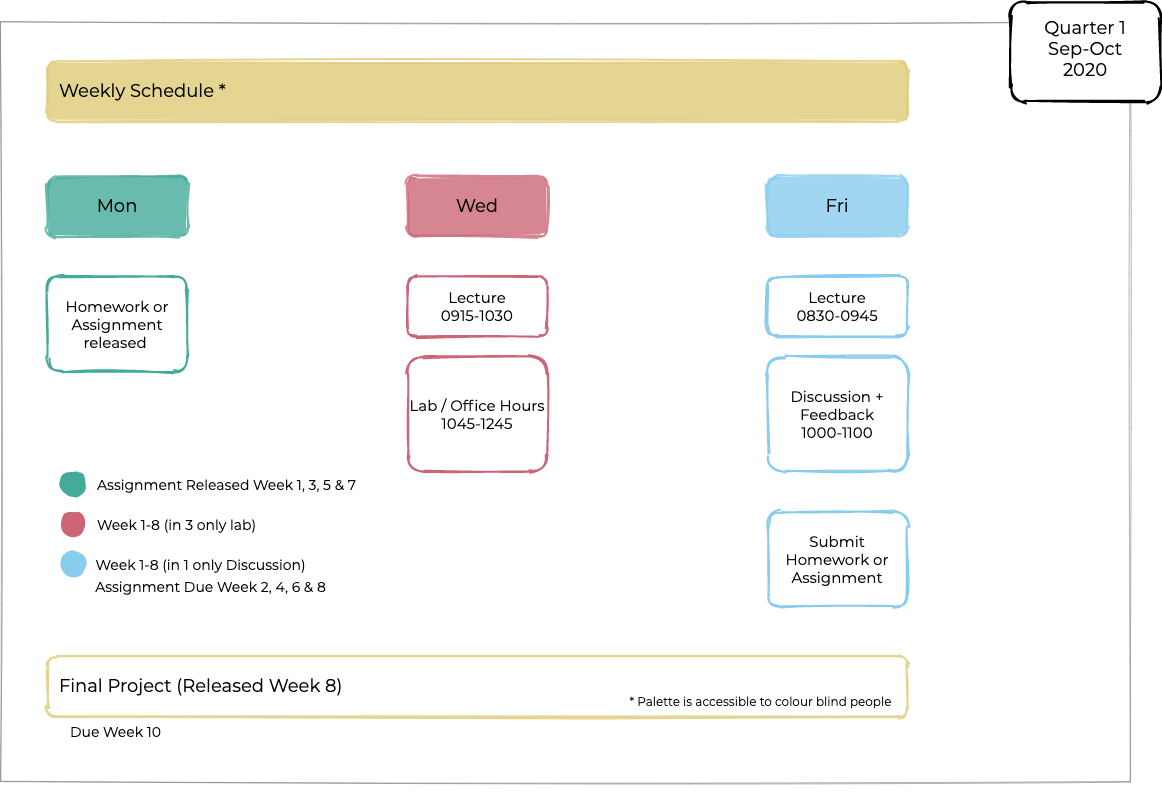
Before: content/courses/epa1316-2020/resources/schedule.png, a diagram exported from draw.io (trivikverma/researchgroup). Source tidied: cells renumbered, new cells last; positions are measured from the earlier drawing's top-left corner, leaving out a move shared by most shapes.
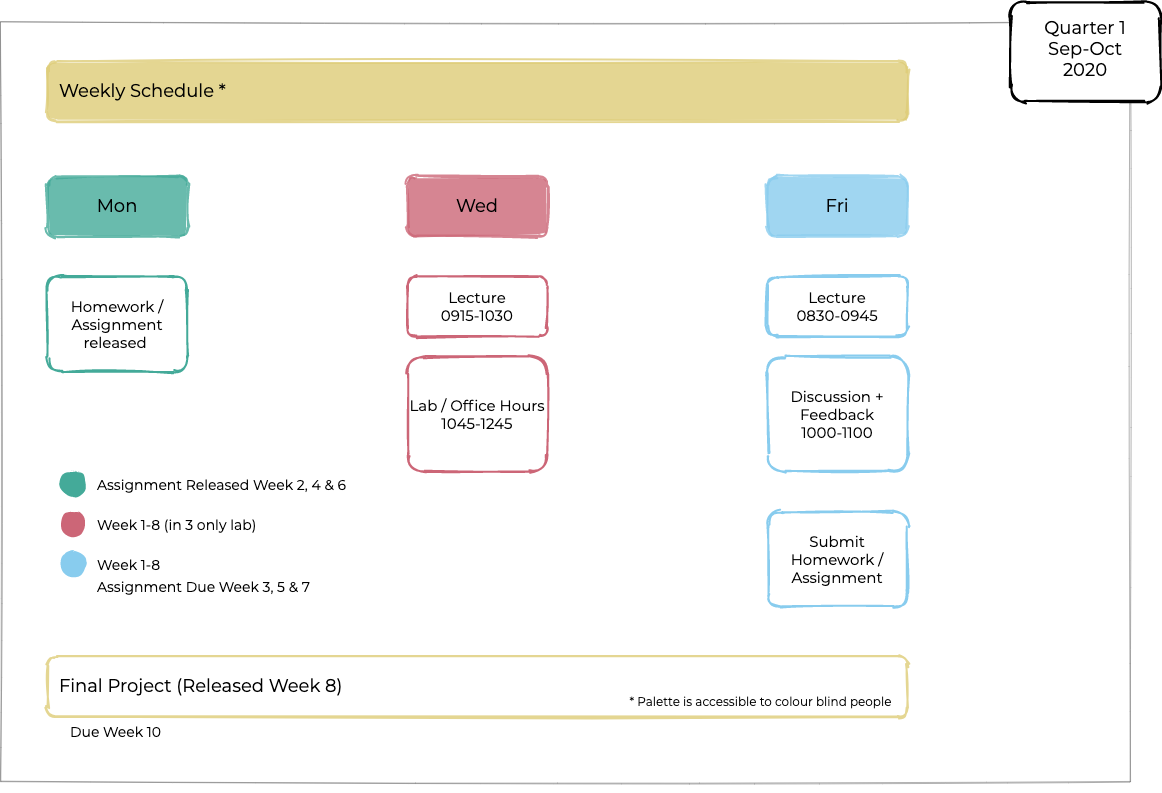
After the change.

What changed in the source:
```diff
@@ -14,7 +14,7 @@
     <mxCell id="5" value="Lab / Office Hours&lt;br style=&quot;font-size: 15px;&quot;&gt;1045-1245" style="rounded=1;whiteSpace=wrap;html=1;strokeWidth=2;fillWeight=4;hachureGap=8;hachureAngle=45;sketch=1;fontSize=15;fillStyle=solid;strokeColor=#CC6677;fontFamily=Montserrat;FType=g;fillColor=none;" parent="1" vertex="1">
       <mxGeometry x="407" y="355" width="140" height="115" as="geometry" />
     </mxCell>
-    <mxCell id="6" value="Homework or Assignment released&amp;nbsp;" style="rounded=1;whiteSpace=wrap;html=1;strokeWidth=2;fillWeight=4;hachureGap=8;hachureAngle=45;sketch=1;fontSize=15;fillColor=none;strokeColor=#44AA99;fontFamily=Montserrat;FType=g;" parent="1" vertex="1">
+    <mxCell id="6" value="Homework / Assignment released&amp;nbsp;" style="rounded=1;whiteSpace=wrap;html=1;strokeWidth=2;fillWeight=4;hachureGap=8;hachureAngle=45;sketch=1;fontSize=15;fillColor=none;strokeColor=#44AA99;fontFamily=Montserrat;FType=g;" parent="1" vertex="1">
       <mxGeometry x="47" y="275" width="140" height="95" as="geometry" />
     </mxCell>
     <mxCell id="7" value="Lecture&lt;br style=&quot;font-size: 15px;&quot;&gt;0830-0945" style="rounded=1;whiteSpace=wrap;html=1;strokeWidth=2;fillWeight=4;hachureGap=8;hachureAngle=45;sketch=1;fontSize=15;fillColor=none;strokeColor=#88CCEE;fontFamily=Montserrat;FType=g;" parent="1" vertex="1">
@@ -32,17 +32,17 @@
     <mxCell id="11" value="Weekly Schedule *&amp;nbsp;" style="rounded=1;whiteSpace=wrap;html=1;strokeWidth=2;fillWeight=4;hachureGap=8;hachureAngle=45;sketch=1;fontSize=18;shadow=0;glass=0;fillStyle=solid;strokeColor=#DDCC77;fillColor=#DDCC77;opacity=80;fontFamily=Montserrat;FType=g;align=left;labelBackgroundColor=none;labelBorderColor=none;spacingLeft=10;" parent="1" vertex="1">
       <mxGeometry x="47" y="60" width="860" height="60" as="geometry" />
     </mxCell>
-    <mxCell id="12" value="Submit Homework or Assignment" style="rounded=1;whiteSpace=wrap;html=1;strokeWidth=2;fillWeight=4;hachureGap=8;hachureAngle=45;sketch=1;fontSize=15;fillStyle=solid;fillColor=none;strokeColor=#88CCEE;fontFamily=Montserrat;FType=g;" parent="1" vertex="1">
+    <mxCell id="12" value="Submit Homework / Assignment" style="rounded=1;whiteSpace=wrap;html=1;strokeWidth=2;fillWeight=4;hachureGap=8;hachureAngle=45;sketch=1;fontSize=15;fillStyle=solid;fillColor=none;strokeColor=#88CCEE;fontFamily=Montserrat;FType=g;" parent="1" vertex="1">
       <mxGeometry x="767" y="510" width="140" height="95" as="geometry" />
     </mxCell>
-    <mxCell id="13" value="Week 1-8 (in 1 only Discussion)" style="text;html=1;align=center;verticalAlign=middle;fontSize=14;fontFamily=Montserrat;" parent="1" vertex="1">
-      <mxGeometry x="85" y="552.5" width="230" height="20" as="geometry" />
+    <mxCell id="13" value="Week 1-8" style="text;html=1;align=left;verticalAlign=middle;fontSize=14;fontFamily=Montserrat;" parent="1" vertex="1">
+      <mxGeometry x="95" y="552.5" width="80" height="20" as="geometry" />
     </mxCell>
-    <mxCell id="14" value="Week 1-8 (in 3 only lab)" style="text;html=1;align=center;verticalAlign=middle;fontSize=14;fontFamily=Montserrat;" parent="1" vertex="1">
-      <mxGeometry x="91" y="512.5" width="170" height="20" as="geometry" />
+    <mxCell id="14" value="Week 1-8 (in 3 only lab)" style="text;html=1;align=left;verticalAlign=middle;fontSize=14;fontFamily=Montserrat;" parent="1" vertex="1">
+      <mxGeometry x="95" y="512.5" width="170" height="20" as="geometry" />
     </mxCell>
-    <mxCell id="15" value="Assignment Due Week 2, 4, 6 &amp;amp; 8" style="text;html=1;align=center;verticalAlign=middle;fontSize=14;fontFamily=Montserrat;" parent="1" vertex="1">
-      <mxGeometry x="85" y="575" width="250" height="20" as="geometry" />
+    <mxCell id="15" value="Assignment Due Week 3, 5 &amp;amp; 7" style="text;html=1;align=left;verticalAlign=middle;fontSize=14;fontFamily=Montserrat;" parent="1" vertex="1">
+      <mxGeometry x="95" y="575" width="230" height="20" as="geometry" />
     </mxCell>
     <mxCell id="16" value="Final Project (Released Week 8)&amp;nbsp;" style="rounded=1;whiteSpace=wrap;html=1;strokeWidth=2;fillWeight=4;hachureGap=8;hachureAngle=45;sketch=1;fontSize=18;shadow=0;glass=0;fillStyle=solid;strokeColor=#DDCC77;opacity=80;fontFamily=Montserrat;FType=g;align=left;labelBackgroundColor=none;labelBorderColor=none;spacingLeft=10;fillColor=none;" parent="1" vertex="1">
       <mxGeometry x="47" y="655" width="860" height="60" as="geometry" />
@@ -68,8 +68,8 @@
     <mxCell id="23" value="&lt;span style=&quot;font-family: &amp;#34;montserrat&amp;#34; ; font-size: 18px ; font-style: normal ; font-weight: 400 ; letter-spacing: normal ; text-indent: 0px ; text-transform: none ; word-spacing: 0px ; display: inline ; float: none&quot;&gt;Quarter 1 Sep-Oct 2020&lt;/span&gt;" style="text;whiteSpace=wrap;html=1;fontSize=14;fontFamily=Montserrat;labelBackgroundColor=none;align=center;" parent="1" vertex="1">
       <mxGeometry x="1025" y="10" width="120" height="80" as="geometry" />
     </mxCell>
-    <mxCell id="24" value="Assignment Released Week 1, 3, 5 &amp;amp; 7" style="text;html=1;align=center;verticalAlign=middle;fontSize=14;fontFamily=Montserrat;" parent="1" vertex="1">
-      <mxGeometry x="91" y="472.5" width="270" height="20" as="geometry" />
+    <mxCell id="24" value="Assignment Released Week 2, 4 &amp;amp; 6&amp;nbsp;" style="text;html=1;align=left;verticalAlign=middle;fontSize=14;fontFamily=Montserrat;" parent="1" vertex="1">
+      <mxGeometry x="95" y="472.5" width="270" height="20" as="geometry" />
     </mxCell>
     <mxCell id="25" style="endArrow=none;html=1;fontSize=15;strokeColor=none;" parent="1" edge="1">
       <mxGeometry relative="1" as="geometry">
```
